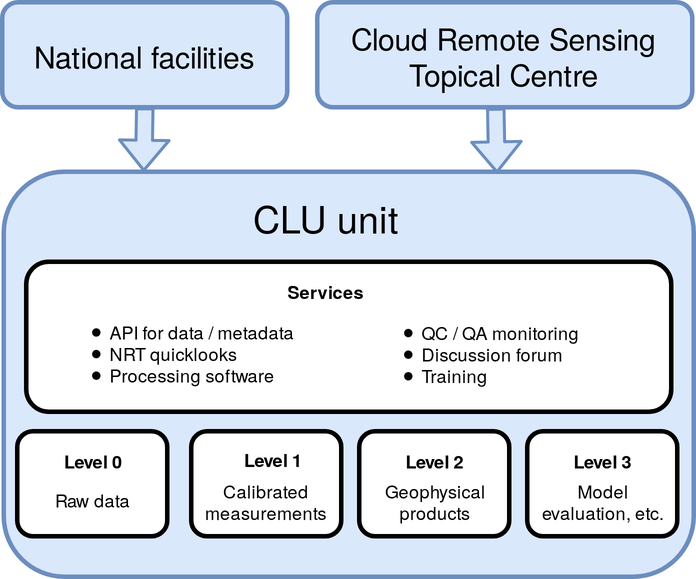
Before: DMP/img/section4/clu_data_flow.png, a diagram exported from draw.io (actris/data-management-plan). Source tidied: cells renumbered, new cells last; positions are measured from the earlier drawing's top-left corner, leaving out a move shared by most shapes.
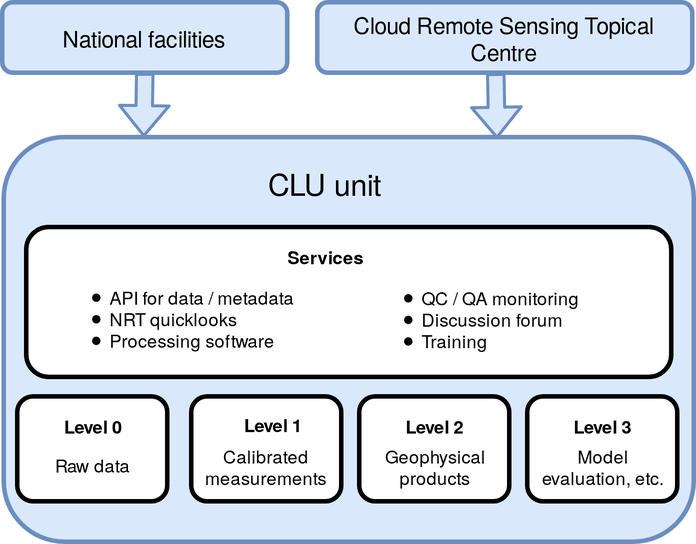
After the change.

Commit message:
pic mod

Change to the diagram source:
```diff
@@ -2,16 +2,16 @@
   <root>
     <mxCell id="0" />
     <mxCell id="1" parent="0" />
-    <mxCell id="2" value="&lt;font style=&quot;font-size: 20px&quot;&gt;National facilities&lt;/font&gt;" style="rounded=1;whiteSpace=wrap;html=1;fillColor=#dae8fc;strokeColor=#6c8ebf;strokeWidth=3;" parent="1" vertex="1">
-      <mxGeometry width="190" height="70" as="geometry" />
+    <mxCell id="2" value="&lt;font style=&quot;font-size: 15px&quot;&gt;National facilities&lt;/font&gt;" style="rounded=1;whiteSpace=wrap;html=1;fillColor=#dae8fc;strokeColor=#6c8ebf;strokeWidth=3;" parent="1" vertex="1">
+      <mxGeometry y="23" width="190" height="47" as="geometry" />
     </mxCell>
     <mxCell id="3" style="rounded=1;whiteSpace=wrap;html=1;strokeWidth=3;fillColor=#dae8fc;strokeColor=#6c8ebf;" parent="1" vertex="1">
       <mxGeometry x="1" y="113" width="460" height="270" as="geometry" />
     </mxCell>
-    <mxCell id="4" value="&lt;font style=&quot;font-size: 20px&quot;&gt;Cloud Remote Sensing Topical Centre&lt;/font&gt;" style="rounded=1;whiteSpace=wrap;html=1;fillColor=#dae8fc;strokeColor=#6c8ebf;strokeWidth=3;" parent="1" vertex="1">
-      <mxGeometry x="210" width="250" height="70" as="geometry" />
+    <mxCell id="4" value="&lt;font style=&quot;font-size: 15px&quot;&gt;Cloud Remote Sensing Topical Centre&lt;/font&gt;" style="rounded=1;whiteSpace=wrap;html=1;fillColor=#dae8fc;strokeColor=#6c8ebf;strokeWidth=3;" parent="1" vertex="1">
+      <mxGeometry x="210" y="23" width="250" height="47" as="geometry" />
     </mxCell>
-    <mxCell id="5" value="&lt;font style=&quot;font-size: 25px&quot;&gt;CLU unit&lt;/font&gt;" style="text;html=1;strokeColor=none;fillColor=none;align=center;verticalAlign=middle;whiteSpace=wrap;rounded=0;" parent="1" vertex="1">
+    <mxCell id="5" value="&lt;font style=&quot;font-size: 20px&quot;&gt;CLU unit&lt;/font&gt;" style="text;html=1;strokeColor=none;fillColor=none;align=center;verticalAlign=middle;whiteSpace=wrap;rounded=0;" parent="1" vertex="1">
       <mxGeometry x="165" y="133" width="100" height="20" as="geometry" />
     </mxCell>
     <mxCell id="6" style="shape=flexArrow;endArrow=classic;html=1;entryX=0.203;entryY=0;entryDx=0;entryDy=0;entryPerimeter=0;fillColor=#dae8fc;strokeColor=#6c8ebf;strokeWidth=2;exitX=0.5;exitY=1;exitDx=0;exitDy=0;" parent="1" edge="1" source="2" target="3">
```
